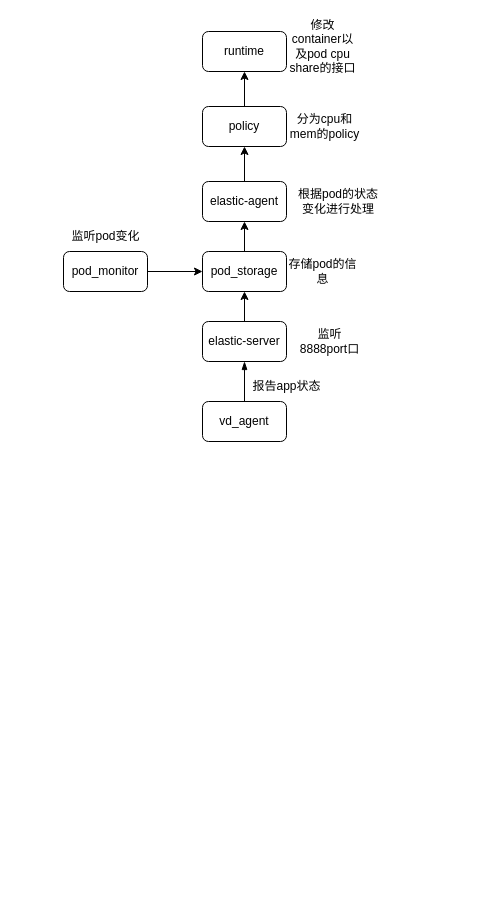
Above: page "总体设计" (4 of 11) of Untitled Diagram.drawio in gaojunhao/diagrams (draw.io), before the change. Source tidied: cells renumbered, new cells numbered last; positions are measured from the earlier drawing's top-left corner, leaving out a move shared by most shapes. Both pictures are drawn from the tidied source at 100%, with x=0, y=0 at pixel (63, 31).
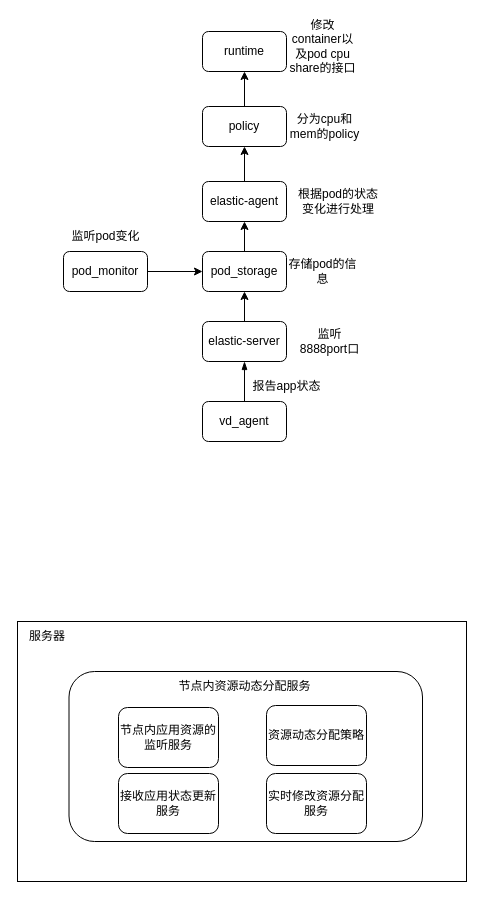
The same page after the edit.

Diff of the diagram source:
```diff
@@
+    <mxCell id="22" style="rounded=0;whiteSpace=wrap;html=1;" parent="1" vertex="1">
+      <mxGeometry x="-46" y="590" width="449" height="260" as="geometry" />
+    </mxCell>
+    <mxCell id="23" value="服务器" style="text;html=1;strokeColor=none;fillColor=none;align=center;verticalAlign=middle;whiteSpace=wrap;rounded=0;" parent="1" vertex="1">
+      <mxGeometry x="-46" y="590" width="60" height="30" as="geometry" />
+    </mxCell>
+    <mxCell id="24" style="rounded=1;whiteSpace=wrap;html=1;" parent="1" vertex="1">
+      <mxGeometry x="5.5" y="640" width="353.5" height="170" as="geometry" />
+    </mxCell>
+    <mxCell id="25" value="&lt;article data-clipboard-cangjie=&quot;[&amp;quot;root&amp;quot;,{&amp;quot;copyFrom&amp;quot;:345844008},[&amp;quot;p&amp;quot;,{},[&amp;quot;span&amp;quot;,{&amp;quot;data-type&amp;quot;:&amp;quot;text&amp;quot;},[&amp;quot;span&amp;quot;,{&amp;quot;data-type&amp;quot;:&amp;quot;leaf&amp;quot;},&amp;quot;节点内资源动态分配服务&amp;quot;]]]]&quot; class=&quot;4ever-article&quot;&gt;&lt;p style=&quot;text-align: left; margin-left: 0px;&quot;&gt;节点内资源动态分配服务&lt;/p&gt;&lt;/article&gt;" style="text;html=1;strokeColor=none;fillColor=none;align=center;verticalAlign=middle;whiteSpace=wrap;rounded=0;" parent="1" vertex="1">
+      <mxGeometry x="66.5" y="640" width="229" height="30" as="geometry" />
+    </mxCell>
+    <mxCell id="26" value="&lt;article data-clipboard-cangjie=&quot;[&amp;quot;root&amp;quot;,{&amp;quot;copyFrom&amp;quot;:345844008},[&amp;quot;p&amp;quot;,{},[&amp;quot;span&amp;quot;,{&amp;quot;data-type&amp;quot;:&amp;quot;text&amp;quot;},[&amp;quot;span&amp;quot;,{&amp;quot;data-type&amp;quot;:&amp;quot;leaf&amp;quot;},&amp;quot;节点内POD资源的监听服务&amp;quot;]]]]&quot; class=&quot;4ever-article&quot;&gt;&lt;p style=&quot;margin-left: 0px;&quot;&gt;节点内应用资源的监听服务&lt;/p&gt;&lt;/article&gt;" style="rounded=1;whiteSpace=wrap;html=1;align=center;" parent="1" vertex="1">
+      <mxGeometry x="55" y="676" width="100" height="60" as="geometry" />
+    </mxCell>
+    <mxCell id="27" value="&lt;article data-clipboard-cangjie=&quot;[&amp;quot;root&amp;quot;,{&amp;quot;copyFrom&amp;quot;:345844008},[&amp;quot;p&amp;quot;,{},[&amp;quot;span&amp;quot;,{&amp;quot;data-type&amp;quot;:&amp;quot;text&amp;quot;},[&amp;quot;span&amp;quot;,{&amp;quot;data-type&amp;quot;:&amp;quot;leaf&amp;quot;},&amp;quot;节点内POD资源的监听服务&amp;quot;]]]]&quot; class=&quot;4ever-article&quot;&gt;&lt;article data-clipboard-cangjie=&quot;[&amp;quot;root&amp;quot;,{&amp;quot;copyFrom&amp;quot;:345844008},[&amp;quot;p&amp;quot;,{},[&amp;quot;span&amp;quot;,{&amp;quot;data-type&amp;quot;:&amp;quot;text&amp;quot;},[&amp;quot;span&amp;quot;,{&amp;quot;data-type&amp;quot;:&amp;quot;leaf&amp;quot;},&amp;quot;接收POD状态更新服务&amp;quot;]]]]&quot; class=&quot;4ever-article&quot;&gt;&lt;p style=&quot;margin-left: 0px;&quot;&gt;接收应用状态更新服务&lt;/p&gt;&lt;/article&gt;&lt;/article&gt;" style="rounded=1;whiteSpace=wrap;html=1;align=center;" parent="1" vertex="1">
+      <mxGeometry x="55" y="742" width="100" height="60" as="geometry" />
+    </mxCell>
+    <mxCell id="28" value="&lt;article data-clipboard-cangjie=&quot;[&amp;quot;root&amp;quot;,{&amp;quot;copyFrom&amp;quot;:345844008},[&amp;quot;p&amp;quot;,{},[&amp;quot;span&amp;quot;,{&amp;quot;data-type&amp;quot;:&amp;quot;text&amp;quot;},[&amp;quot;span&amp;quot;,{&amp;quot;data-type&amp;quot;:&amp;quot;leaf&amp;quot;},&amp;quot;节点内POD资源的监听服务&amp;quot;]]]]&quot; class=&quot;4ever-article&quot;&gt;&lt;article data-clipboard-cangjie=&quot;[&amp;quot;root&amp;quot;,{&amp;quot;copyFrom&amp;quot;:345844008},[&amp;quot;p&amp;quot;,{},[&amp;quot;span&amp;quot;,{&amp;quot;data-type&amp;quot;:&amp;quot;text&amp;quot;},[&amp;quot;span&amp;quot;,{&amp;quot;data-type&amp;quot;:&amp;quot;leaf&amp;quot;},&amp;quot;接收POD状态更新服务&amp;quot;]]]]&quot; class=&quot;4ever-article&quot;&gt;&lt;article data-clipboard-cangjie=&quot;[&amp;quot;root&amp;quot;,{&amp;quot;copyFrom&amp;quot;:345844008},[&amp;quot;p&amp;quot;,{},[&amp;quot;span&amp;quot;,{&amp;quot;data-type&amp;quot;:&amp;quot;text&amp;quot;},[&amp;quot;span&amp;quot;,{&amp;quot;data-type&amp;quot;:&amp;quot;leaf&amp;quot;},&amp;quot;实时修改资源分配服务以及资源动态分配策略&amp;quot;]]]]&quot; class=&quot;4ever-article&quot;&gt;&lt;p style=&quot;margin-left: 0px;&quot;&gt;实时修改资源分配服务&lt;/p&gt;&lt;/article&gt;&lt;/article&gt;&lt;/article&gt;" style="rounded=1;whiteSpace=wrap;html=1;align=center;" parent="1" vertex="1">
+      <mxGeometry x="203" y="742" width="100" height="60" as="geometry" />
+    </mxCell>
+    <mxCell id="29" value="&lt;article data-clipboard-cangjie=&quot;[&amp;quot;root&amp;quot;,{&amp;quot;copyFrom&amp;quot;:345844008},[&amp;quot;p&amp;quot;,{},[&amp;quot;span&amp;quot;,{&amp;quot;data-type&amp;quot;:&amp;quot;text&amp;quot;},[&amp;quot;span&amp;quot;,{&amp;quot;data-type&amp;quot;:&amp;quot;leaf&amp;quot;},&amp;quot;节点内POD资源的监听服务&amp;quot;]]]]&quot; class=&quot;4ever-article&quot;&gt;&lt;article data-clipboard-cangjie=&quot;[&amp;quot;root&amp;quot;,{&amp;quot;copyFrom&amp;quot;:345844008},[&amp;quot;p&amp;quot;,{},[&amp;quot;span&amp;quot;,{&amp;quot;data-type&amp;quot;:&amp;quot;text&amp;quot;},[&amp;quot;span&amp;quot;,{&amp;quot;data-type&amp;quot;:&amp;quot;leaf&amp;quot;},&amp;quot;接收POD状态更新服务&amp;quot;]]]]&quot; class=&quot;4ever-article&quot;&gt;&lt;article data-clipboard-cangjie=&quot;[&amp;quot;root&amp;quot;,{&amp;quot;copyFrom&amp;quot;:345844008},[&amp;quot;p&amp;quot;,{},[&amp;quot;span&amp;quot;,{&amp;quot;data-type&amp;quot;:&amp;quot;text&amp;quot;},[&amp;quot;span&amp;quot;,{&amp;quot;data-type&amp;quot;:&amp;quot;leaf&amp;quot;},&amp;quot;实时修改资源分配服务以及资源动态分配策略&amp;quot;]]]]&quot; class=&quot;4ever-article&quot;&gt;&lt;p style=&quot;margin-left: 0px;&quot;&gt;资源动态分配策略&lt;/p&gt;&lt;/article&gt;&lt;/article&gt;&lt;/article&gt;" style="rounded=1;whiteSpace=wrap;html=1;align=center;" parent="1" vertex="1">
+      <mxGeometry x="203" y="674" width="100" height="60" as="geometry" />
+    </mxCell>
```
